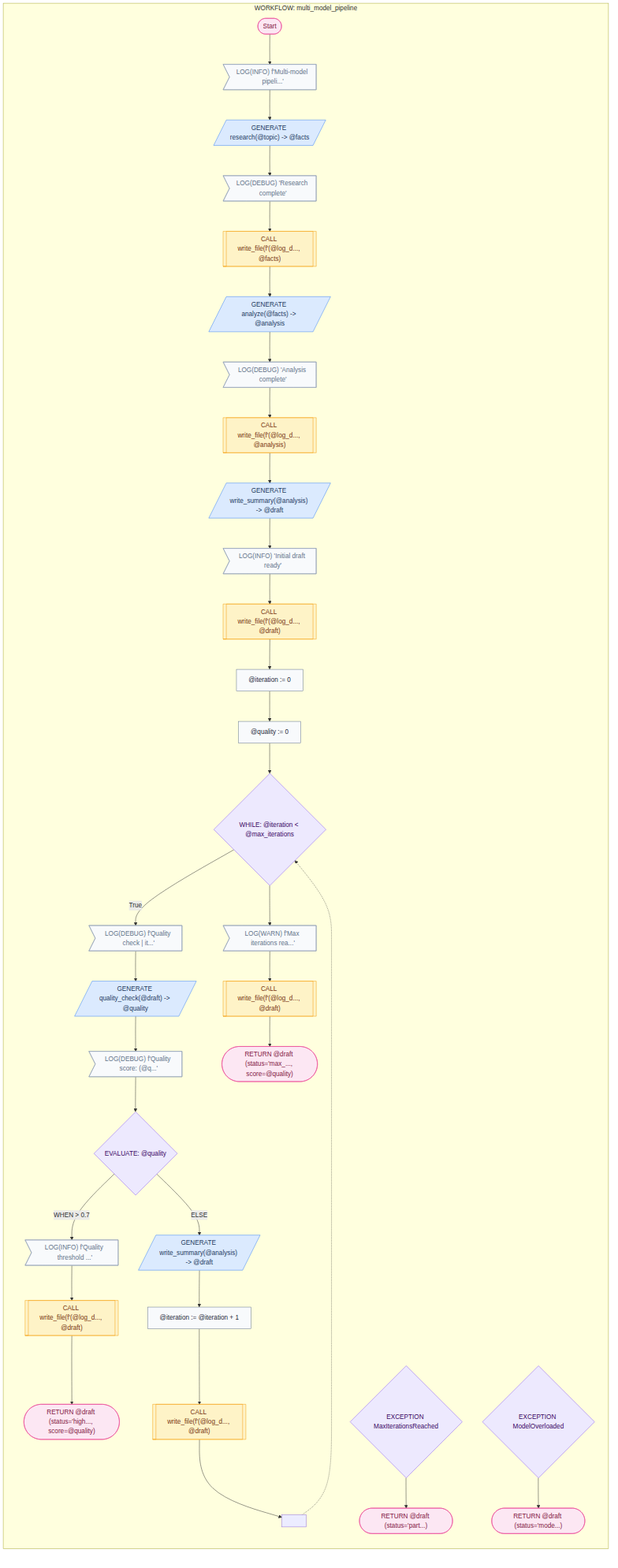
This is cookbook/21_multi_model_pipeline/mermaid/multi_model.png from digital-duck/SPL.py, a Mermaid export, as it was before one commit. Its source is kept beside it as cookbook/21_multi_model_pipeline/mermaid/multi_model.mmd.
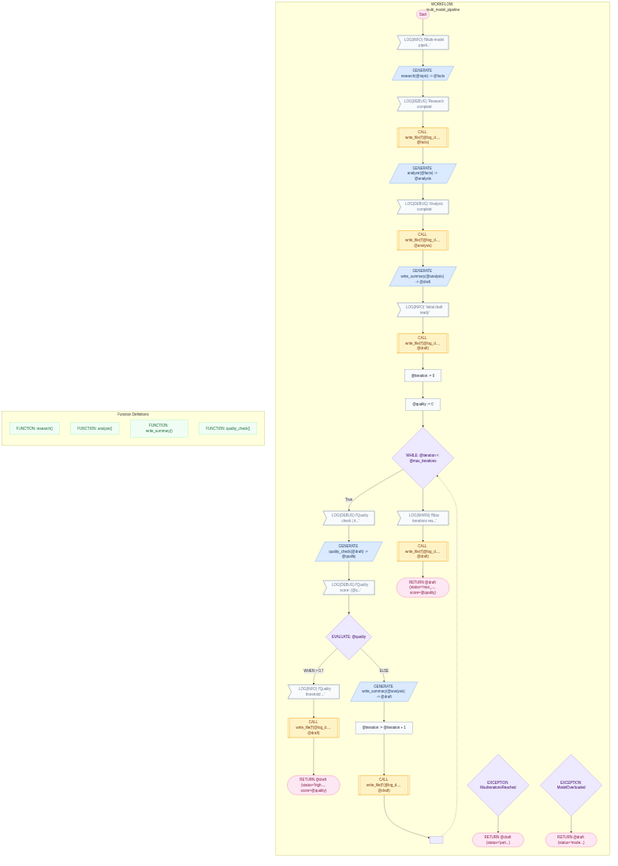
The same file after the commit.

Change to the diagram source:
```diff
@@ -64,6 +64,13 @@
     RET32(["RETURN @draft (status='mode...)"])
     EXC31 --> RET32
     end
+    subgraph FUNCTIONS["Function Definitions"]
+    direction TB
+    FN33["FUNCTION: research()"]
+    FN34["FUNCTION: analyze()"]
+    FN35["FUNCTION: write_summary()"]
+    FN36["FUNCTION: quality_check()"]
+    end
     class START1 term
     class LOG2 log
     class GEN3 llm
@@ -95,6 +102,10 @@
     class RET30 term
     class EXC31 ctrl
     class RET32 term
+    class FN33 fn
+    class FN34 fn
+    class FN35 fn
+    class FN36 fn
     classDef llm fill:#dbeafe,stroke:#3b82f6,color:#1e3a5f
     classDef proc fill:#fef3c7,stroke:#f59e0b,color:#78350f
     classDef ctrl fill:#ede9fe,stroke:#8b5cf6,color:#3b0764
```
